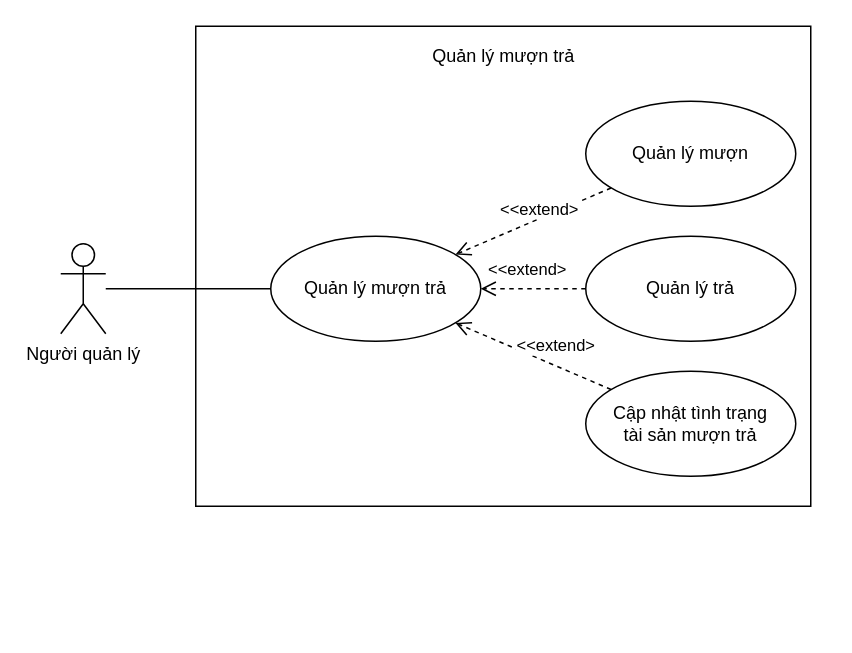
Earlier version of the draw.io diagram page "QL tài sản" (2 of 5) of PJ 2B usecase diagram.drawio (LocalHost127000/OODA). Source tidied: cells renumbered, new cells numbered last; positions are measured from the earlier drawing's top-left corner, leaving out a move shared by most shapes. Both pictures are drawn from the tidied source at 150%, with x=0, y=0 at pixel (60, 26).
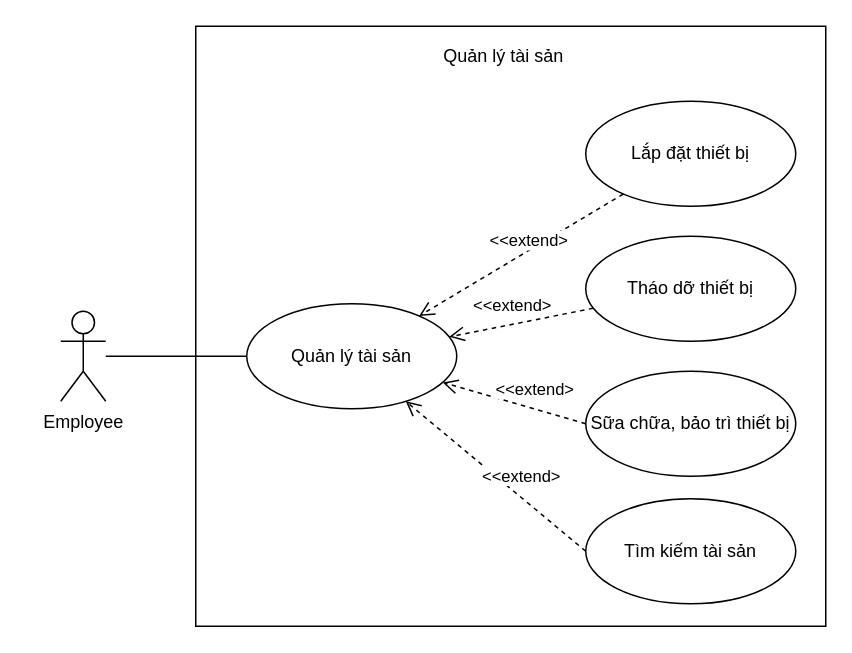
After the change.

The edit, as a diff of the source:
```diff
@@
 <mxGraphModel>
   <root>
     <mxCell id="0" />
     <mxCell id="1" parent="0" />
     <mxCell id="2" style="rounded=0;whiteSpace=wrap;html=1;fillColor=none;" parent="1" vertex="1">
-      <mxGeometry x="90" width="410" height="320" as="geometry" />
+      <mxGeometry x="90" width="420" height="400" as="geometry" />
     </mxCell>
-    <mxCell id="3" value="Quản lý mượn" style="ellipse;whiteSpace=wrap;html=1;fillColor=none;" parent="1" vertex="1">
+    <mxCell id="3" value="Lắp đặt thiết bị" style="ellipse;whiteSpace=wrap;html=1;fillColor=none;" parent="1" vertex="1">
       <mxGeometry x="350" y="50" width="140" height="70" as="geometry" />
     </mxCell>
-    <mxCell id="4" value="Quản lý trả" style="ellipse;whiteSpace=wrap;html=1;fillColor=none;" parent="1" vertex="1">
+    <mxCell id="4" value="Tháo dỡ thiết bị" style="ellipse;whiteSpace=wrap;html=1;fillColor=none;" parent="1" vertex="1">
       <mxGeometry x="350" y="140" width="140" height="70" as="geometry" />
     </mxCell>
-    <mxCell id="5" value="Cập nhật tình trạng&lt;br&gt;tài sản mượn trả" style="ellipse;whiteSpace=wrap;html=1;fillColor=none;" parent="1" vertex="1">
+    <mxCell id="5" value="Sữa chữa, bảo trì thiết bị" style="ellipse;whiteSpace=wrap;html=1;fillColor=none;" parent="1" vertex="1">
       <mxGeometry x="350" y="230" width="140" height="70" as="geometry" />
     </mxCell>
-    <mxCell id="6" value="Quản lý mượn trả" style="ellipse;whiteSpace=wrap;html=1;fillColor=none;" parent="1" vertex="1">
-      <mxGeometry x="140" y="140" width="140" height="70" as="geometry" />
+    <mxCell id="6" value="Quản lý tài sản" style="ellipse;whiteSpace=wrap;html=1;fillColor=none;" parent="1" vertex="1">
+      <mxGeometry x="124" y="185" width="140" height="70" as="geometry" />
     </mxCell>
     <mxCell id="7" value="&amp;lt;&amp;lt;extend&amp;gt;" style="html=1;verticalAlign=bottom;endArrow=open;dashed=1;endSize=8;strokeWidth=1;" parent="1" edge="1" source="3" target="6">
       <mxGeometry x="-0.06" y="2" relative="1" as="geometry" />
     </mxCell>
     <mxCell id="8" value="&amp;lt;&amp;lt;extend&amp;gt;" style="html=1;verticalAlign=bottom;endArrow=open;dashed=1;endSize=8;strokeWidth=1;" parent="1" edge="1" source="4" target="6">
       <mxGeometry x="0.1" y="-4" relative="1" as="geometry" />
     </mxCell>
-    <mxCell id="9" value="&amp;lt;&amp;lt;extend&amp;gt;" style="html=1;verticalAlign=bottom;endArrow=open;dashed=1;endSize=8;strokeWidth=1;" parent="1" edge="1" source="5" target="6">
+    <mxCell id="9" value="&amp;lt;&amp;lt;extend&amp;gt;" style="html=1;verticalAlign=bottom;endArrow=open;dashed=1;endSize=8;strokeWidth=1;exitX=0;exitY=0.5;exitDx=0;exitDy=0;" parent="1" edge="1" source="5" target="6">
       <mxGeometry x="-0.25" y="-4" relative="1" as="geometry" />
     </mxCell>
     <mxCell id="10" style="edgeStyle=orthogonalEdgeStyle;rounded=0;jettySize=auto;html=1;endArrow=none;endFill=0;" parent="1" edge="1" source="11" target="6">
       <mxGeometry relative="1" as="geometry" />
     </mxCell>
-    <mxCell id="11" value="Người quản lý" style="shape=umlActor;verticalLabelPosition=bottom;verticalAlign=top;html=1;outlineConnect=0;fillColor=none;" parent="1" vertex="1">
-      <mxGeometry y="145" width="30" height="60" as="geometry" />
+    <mxCell id="11" value="Employee" style="shape=umlActor;verticalLabelPosition=bottom;verticalAlign=top;html=1;outlineConnect=0;fillColor=none;" parent="1" vertex="1">
+      <mxGeometry y="190" width="30" height="60" as="geometry" />
     </mxCell>
-    <mxCell id="12" value="Quản lý mượn trả" style="text;html=1;strokeColor=none;fillColor=none;align=center;verticalAlign=middle;whiteSpace=wrap;rounded=0;" parent="1" vertex="1">
+    <mxCell id="12" value="Quản lý tài sản" style="text;html=1;strokeColor=none;fillColor=none;align=center;verticalAlign=middle;whiteSpace=wrap;rounded=0;" parent="1" vertex="1">
       <mxGeometry x="232.5" y="10" width="125" height="20" as="geometry" />
     </mxCell>
+    <mxCell id="13" value="Tìm kiếm tài sản" style="ellipse;whiteSpace=wrap;html=1;" parent="1" vertex="1">
+      <mxGeometry x="350" y="315" width="140" height="70" as="geometry" />
+    </mxCell>
+    <mxCell id="14" value="&amp;lt;&amp;lt;extend&amp;gt;" style="html=1;verticalAlign=bottom;endArrow=open;dashed=1;endSize=8;strokeWidth=1;exitX=0;exitY=0.5;exitDx=0;exitDy=0;" parent="1" edge="1" source="13" target="6">
+      <mxGeometry x="-0.25" y="-4" relative="1" as="geometry" />
+    </mxCell>
   </root>
 </mxGraphModel>
```
